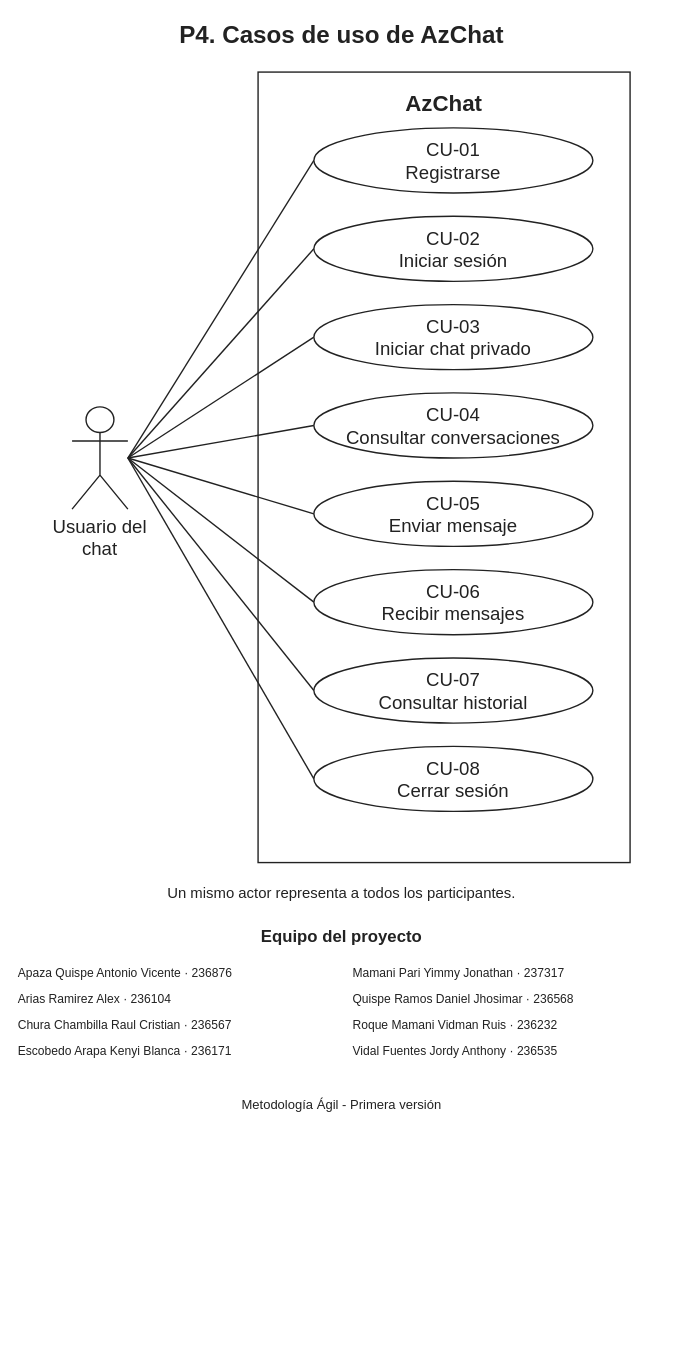
This is Documentacion/Planificacion/P4_Modelo_de_casos_de_uso/Casos_de_uso_AzChat.drawio from antonioapazaq1701-cmyk/AzChat, a draw.io file, before an edit. Source tidied: cells renumbered, new cells numbered last; positions are measured from the earlier drawing's top-left corner, leaving out a move shared by most shapes. Both pictures are drawn from the tidied source at 93%, with x=0, y=0 at pixel (16, 16).
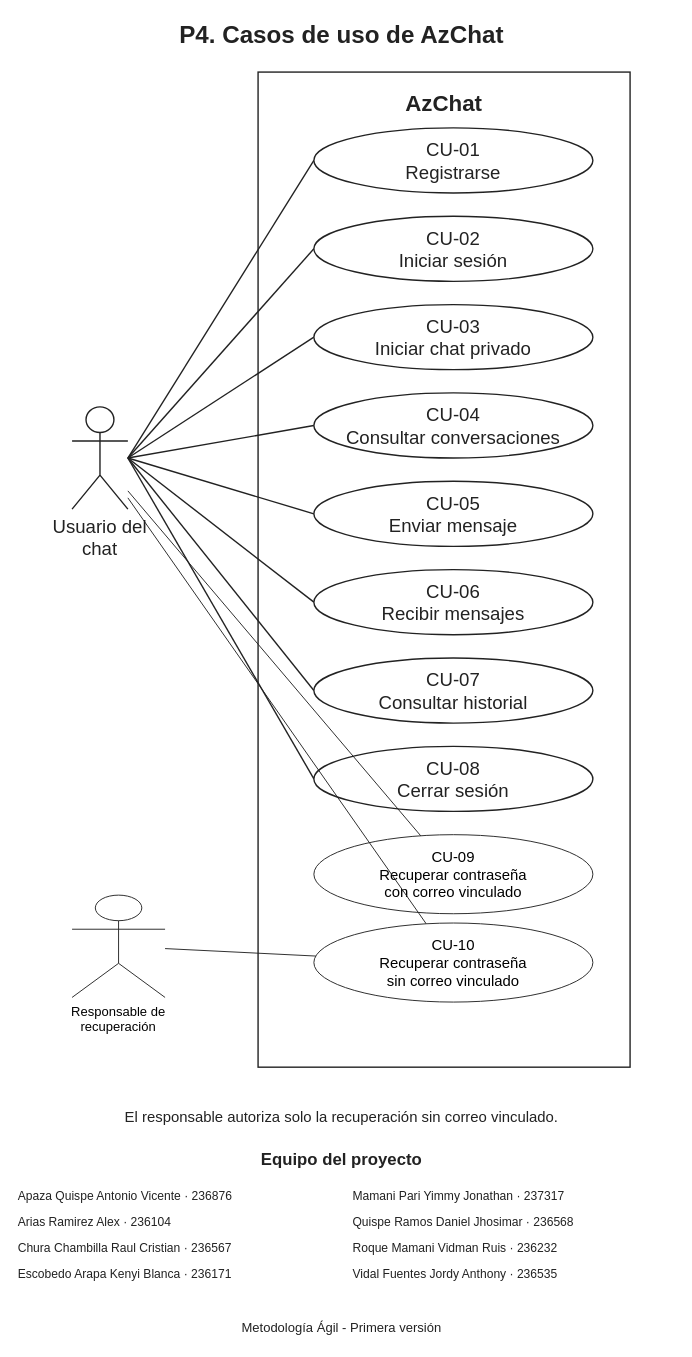
The same page after the edit.

Commit message (it also covers changes not shown here):
Añadir casos de recuperación con y sin correo vinculado

Definir actores, condiciones, recorridos y alternativas de CU-09 y CU-10. Incorporar ambos casos y al responsable de autorización al diagrama y su modelo editable.

The change refers to these unchanged cells:
```xml
<mxCell id="4" value="Usuario del&#10;chat" style="shape=umlActor;html=0;verticalLabelPosition=bottom;verticalAlign=top;align=center;fontFamily=Arial;fontSize=20;fontColor=#222222;strokeColor=#222222;fillColor=#ffffff;strokeWidth=1.5;" parent="1" vertex="1">
  <mxGeometry x="60" y="420" width="60" height="110" as="geometry" />
</mxCell>
```

Change to the diagram source:
```diff
@@
     <mxCell id="3" value="AzChat" style="rounded=0;html=0;fillColor=#ffffff;strokeColor=#222222;strokeWidth=1.5;fontFamily=Arial;fontSize=24;fontStyle=1;fontColor=#222222;verticalAlign=top;spacingTop=12;" parent="1" vertex="1">
-      <mxGeometry x="260" y="60" width="400" height="850" as="geometry" />
+      <mxGeometry x="260" y="60" width="400" height="1070" as="geometry" />
     </mxCell>
@@
-    <mxCell id="21" value="Un mismo actor representa a todos los participantes." style="text;html=0;strokeColor=none;fillColor=none;fontFamily=Arial;fontColor=#222222;align=center;verticalAlign=middle;whiteSpace=wrap;fontSize=16;" parent="1" vertex="1">
-      <mxGeometry y="925" width="700" height="35" as="geometry" />
+    <mxCell id="21" value="El responsable autoriza solo la recuperación sin correo vinculado." style="text;html=0;strokeColor=none;fillColor=none;fontFamily=Arial;fontColor=#222222;align=center;verticalAlign=middle;whiteSpace=wrap;fontSize=16;" parent="1" vertex="1">
+      <mxGeometry y="1165" width="700" height="35" as="geometry" />
     </mxCell>
     <mxCell id="22" value="Equipo del proyecto" style="text;html=0;strokeColor=none;fillColor=none;fontFamily=Arial;fontColor=#222222;align=center;verticalAlign=middle;whiteSpace=wrap;fontSize=18;fontStyle=1;" parent="1" vertex="1">
-      <mxGeometry y="975" width="700" height="30" as="geometry" />
+      <mxGeometry y="1215" width="700" height="30" as="geometry" />
     </mxCell>
     <mxCell id="23" value="Apaza Quispe Antonio Vicente · 236876" style="text;html=0;strokeColor=none;fillColor=none;fontFamily=Arial;fontColor=#222222;align=center;verticalAlign=middle;whiteSpace=wrap;fontSize=13;align=left;" parent="1" vertex="1">
-      <mxGeometry y="1015" width="350" height="26" as="geometry" />
+      <mxGeometry y="1255" width="350" height="26" as="geometry" />
     </mxCell>
     <mxCell id="24" value="Arias Ramirez Alex · 236104" style="text;html=0;strokeColor=none;fillColor=none;fontFamily=Arial;fontColor=#222222;align=center;verticalAlign=middle;whiteSpace=wrap;fontSize=13;align=left;" parent="1" vertex="1">
-      <mxGeometry y="1043" width="350" height="26" as="geometry" />
+      <mxGeometry y="1283" width="350" height="26" as="geometry" />
     </mxCell>
     <mxCell id="25" value="Chura Chambilla Raul Cristian · 236567" style="text;html=0;strokeColor=none;fillColor=none;fontFamily=Arial;fontColor=#222222;align=center;verticalAlign=middle;whiteSpace=wrap;fontSize=13;align=left;" parent="1" vertex="1">
-      <mxGeometry y="1071" width="350" height="26" as="geometry" />
+      <mxGeometry y="1311" width="350" height="26" as="geometry" />
     </mxCell>
     <mxCell id="26" value="Escobedo Arapa Kenyi Blanca · 236171" style="text;html=0;strokeColor=none;fillColor=none;fontFamily=Arial;fontColor=#222222;align=center;verticalAlign=middle;whiteSpace=wrap;fontSize=13;align=left;" parent="1" vertex="1">
-      <mxGeometry y="1099" width="350" height="26" as="geometry" />
+      <mxGeometry y="1339" width="350" height="26" as="geometry" />
     </mxCell>
     <mxCell id="27" value="Mamani Pari Yimmy Jonathan · 237317" style="text;html=0;strokeColor=none;fillColor=none;fontFamily=Arial;fontColor=#222222;align=center;verticalAlign=middle;whiteSpace=wrap;fontSize=13;align=left;" parent="1" vertex="1">
-      <mxGeometry x="360" y="1015" width="350" height="26" as="geometry" />
+      <mxGeometry x="360" y="1255" width="350" height="26" as="geometry" />
     </mxCell>
     <mxCell id="28" value="Quispe Ramos Daniel Jhosimar · 236568" style="text;html=0;strokeColor=none;fillColor=none;fontFamily=Arial;fontColor=#222222;align=center;verticalAlign=middle;whiteSpace=wrap;fontSize=13;align=left;" parent="1" vertex="1">
-      <mxGeometry x="360" y="1043" width="350" height="26" as="geometry" />
+      <mxGeometry x="360" y="1283" width="350" height="26" as="geometry" />
     </mxCell>
     <mxCell id="29" value="Roque Mamani Vidman Ruis · 236232" style="text;html=0;strokeColor=none;fillColor=none;fontFamily=Arial;fontColor=#222222;align=center;verticalAlign=middle;whiteSpace=wrap;fontSize=13;align=left;" parent="1" vertex="1">
-      <mxGeometry x="360" y="1071" width="350" height="26" as="geometry" />
+      <mxGeometry x="360" y="1311" width="350" height="26" as="geometry" />
     </mxCell>
     <mxCell id="30" value="Vidal Fuentes Jordy Anthony · 236535" style="text;html=0;strokeColor=none;fillColor=none;fontFamily=Arial;fontColor=#222222;align=center;verticalAlign=middle;whiteSpace=wrap;fontSize=13;align=left;" parent="1" vertex="1">
-      <mxGeometry x="360" y="1099" width="350" height="26" as="geometry" />
+      <mxGeometry x="360" y="1339" width="350" height="26" as="geometry" />
     </mxCell>
     <mxCell id="31" value="Metodología Ágil - Primera versión" style="text;html=0;strokeColor=none;fillColor=none;fontFamily=Arial;fontColor=#222222;align=center;verticalAlign=middle;whiteSpace=wrap;fontSize=14;" parent="1" vertex="1">
-      <mxGeometry y="1155" width="700" height="30" as="geometry" />
+      <mxGeometry y="1395" width="700" height="30" as="geometry" />
     </mxCell>
+    <mxCell id="32" value="CU-09&#10;Recuperar contraseña&#10;con correo vinculado" style="ellipse;whiteSpace=wrap;html=0;fillColor=#ffffff;strokeColor=#222222;fontFamily=Arial;fontSize=16;" parent="1" vertex="1">
+      <mxGeometry x="320" y="880" width="300" height="85" as="geometry" />
+    </mxCell>
+    <mxCell id="33" style="endArrow=none;html=0;strokeColor=#222222;" parent="1" edge="1" source="4" target="32">
+      <mxGeometry relative="1" as="geometry" />
+    </mxCell>
+    <mxCell id="34" value="CU-10&#10;Recuperar contraseña&#10;sin correo vinculado" style="ellipse;whiteSpace=wrap;html=0;fillColor=#ffffff;strokeColor=#222222;fontFamily=Arial;fontSize=16;" parent="1" vertex="1">
+      <mxGeometry x="320" y="975" width="300" height="85" as="geometry" />
+    </mxCell>
+    <mxCell id="35" style="endArrow=none;html=0;strokeColor=#222222;" parent="1" edge="1" source="4" target="34">
+      <mxGeometry relative="1" as="geometry" />
+    </mxCell>
+    <mxCell id="36" value="Responsable de&#10;recuperación" style="shape=umlActor;html=0;verticalLabelPosition=bottom;verticalAlign=top;fillColor=#ffffff;strokeColor=#222222;fontFamily=Arial;fontSize=14;" parent="1" vertex="1">
+      <mxGeometry x="60" y="945" width="100" height="110" as="geometry" />
+    </mxCell>
+    <mxCell id="37" style="endArrow=none;html=0;strokeColor=#222222;" parent="1" edge="1" source="36" target="34">
+      <mxGeometry relative="1" as="geometry" />
+    </mxCell>
```
